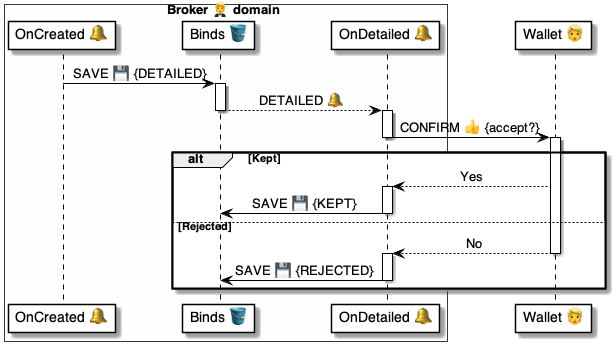
Before: 4 ⚙️ Solution/20 🧑‍🦰 UI/Brokers 🤵/🤵🪣 Broker tables/Binds 🔗 table/🪣🔔 2 Detailed/🤵 OnBindDetailed ⚙️ uml.png, a diagram exported from PlantUML (pollyweb-org/pollyweb-docs). Its source is kept beside it as 4 ⚙️ Solution/20 🧑‍🦰 UI/Brokers 🤵/🤵🪣 Broker tables/Binds 🔗 table/🪣🔔 2 Detailed/🤵 OnBindDetailed ⚙️ uml.puml. Source of this version:
```plantuml
@startuml OnBindDetailed


box Broker 🤵 domain #FFFFFA
    participant "OnCreated 🔔" as created
    participant "Binds 🪣" as binds
    participant "OnDetailed 🔔" as detailed
end box

participant "Wallet 👱" as wallet



created -> binds: SAVE 💾 {DETAILED}
activate binds
    binds --> detailed: DETAILED 🔔
deactivate binds

activate detailed
    detailed -> wallet: CONFIRM 👍 {accept?}
deactivate detailed

alt Kept

    activate wallet
        wallet --> detailed: Yes

    activate detailed
        detailed ->  binds: SAVE 💾 {KEPT}
    deactivate detailed


else Rejected

        wallet --> detailed: No
    deactivate wallet

    activate detailed
        detailed ->  binds: SAVE 💾 {REJECTED}
    deactivate detailed

end alt

@enduml
```
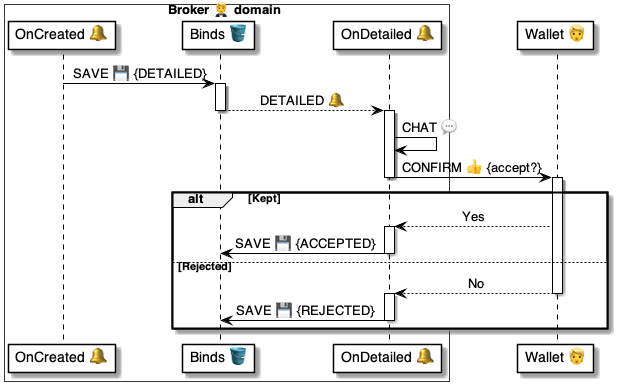
The same diagram one commit later.

The edit, as a diff of the source:
```diff
@@ -17,6 +17,7 @@
 deactivate binds
 
 activate detailed
+    detailed -> detailed: CHAT 💬
     detailed -> wallet: CONFIRM 👍 {accept?}
 deactivate detailed
 
@@ -26,7 +27,7 @@
         wallet --> detailed: Yes
 
     activate detailed
-        detailed ->  binds: SAVE 💾 {KEPT}
+        detailed ->  binds: SAVE 💾 {ACCEPTED}
     deactivate detailed
 
 
```
